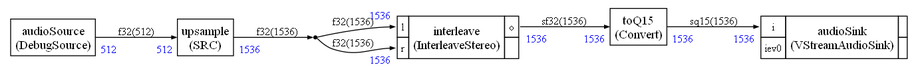
This is App_HE/stream/scheduler/graph.png from christophe0606/AlifAudioExample, a Graphviz export, as it was before one commit. Its source is kept beside it as App_HE/stream/scheduler/graph.dot.
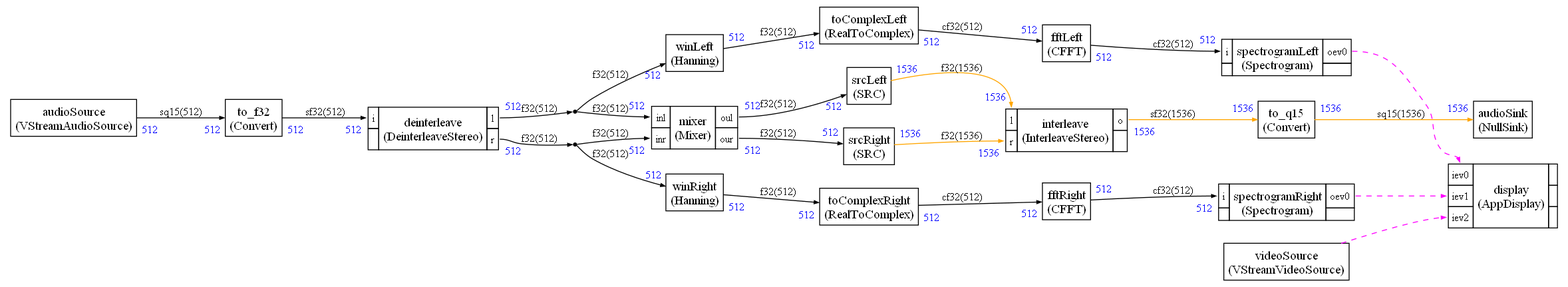
Above is the later version.

The edit, as a diff of the source:
```diff
@@ -5,20 +5,18 @@
     edge [arrowsize="0.5",color="black",fontcolor="black",fontname="Times-Roman"]
 
 
-
 audioSink [label=<
 <TABLE color="black" bgcolor="none" BORDER="0" CELLBORDER="1" CELLSPACING="0" CELLPADDING="4">
   <TR>
-    <TD PORT="i"><FONT POINT-SIZE="12.0" COLOR="black">i</FONT></TD>
-    <TD ALIGN="CENTER" ROWSPAN="2"><FONT COLOR="black" POINT-SIZE="14.0">audioSink<BR/>(VStreamAudioSink)</FONT></TD>
-    <TD></TD>
+    <TD ALIGN="CENTER" PORT="i"><FONT COLOR="black" POINT-SIZE="14.0">audioSink<BR/>(NullSink)</FONT></TD>
   </TR>
-<TR>
-<TD PORT="iev0"><FONT POINT-SIZE="12.0" COLOR="black">iev0</FONT></TD>
+</TABLE>>];
 
-
-<TD></TD></TR>
-
+audioSource [label=<
+<TABLE color="black" bgcolor="none" BORDER="0" CELLBORDER="1" CELLSPACING="0" CELLPADDING="4">
+  <TR>
+    <TD ALIGN="CENTER" PORT="i"><FONT COLOR="black" POINT-SIZE="14.0">audioSource<BR/>(VStreamAudioSource)</FONT></TD>
+  </TR>
 </TABLE>>];
 
 
@@ -37,6 +35,24 @@
 
 </TABLE>>];
 
+dup0 [shape=point,label="dup0"]
+
+dup1 [shape=point,label="dup1"]
+
+fftLeft [label=<
+<TABLE color="black" bgcolor="none" BORDER="0" CELLBORDER="1" CELLSPACING="0" CELLPADDING="4">
+  <TR>
+    <TD ALIGN="CENTER" PORT="i"><FONT COLOR="black" POINT-SIZE="14.0">fftLeft<BR/>(CFFT)</FONT></TD>
+  </TR>
+</TABLE>>];
+
+fftRight [label=<
+<TABLE color="black" bgcolor="none" BORDER="0" CELLBORDER="1" CELLSPACING="0" CELLPADDING="4">
+  <TR>
+    <TD ALIGN="CENTER" PORT="i"><FONT COLOR="black" POINT-SIZE="14.0">fftRight<BR/>(CFFT)</FONT></TD>
+  </TR>
+</TABLE>>];
+
 
 interleave [label=<
 <TABLE color="black" bgcolor="none" BORDER="0" CELLBORDER="1" CELLSPACING="0" CELLPADDING="4">
@@ -53,92 +69,269 @@
 
 </TABLE>>];
 
-mic [label=<
+
+mixer [label=<
 <TABLE color="black" bgcolor="none" BORDER="0" CELLBORDER="1" CELLSPACING="0" CELLPADDING="4">
   <TR>
-    <TD ALIGN="CENTER" PORT="i"><FONT COLOR="black" POINT-SIZE="14.0">mic<BR/>(VStreamAudioSource)</FONT></TD>
+    <TD PORT="inl"><FONT POINT-SIZE="12.0" COLOR="black">inl</FONT></TD>
+    <TD ALIGN="CENTER" ROWSPAN="2"><FONT COLOR="black" POINT-SIZE="14.0">mixer<BR/>(Mixer)</FONT></TD>
+    <TD PORT="oul"><FONT POINT-SIZE="12.0" COLOR="black">oul</FONT></TD>
+  </TR>
+<TR>
+<TD PORT="inr"><FONT POINT-SIZE="12.0" COLOR="black">inr</FONT></TD>
+
+<TD PORT="our"><FONT POINT-SIZE="12.0" COLOR="black">our</FONT></TD>
+</TR>
+
+</TABLE>>];
+
+
+spectrogramLeft [label=<
+<TABLE color="black" bgcolor="none" BORDER="0" CELLBORDER="1" CELLSPACING="0" CELLPADDING="4">
+  <TR>
+    <TD PORT="i"><FONT POINT-SIZE="12.0" COLOR="black">i</FONT></TD>
+    <TD ALIGN="CENTER" ROWSPAN="2"><FONT COLOR="black" POINT-SIZE="14.0">spectrogramLeft<BR/>(Spectrogram)</FONT></TD>
+    <TD PORT="oev0"><FONT POINT-SIZE="12.0" COLOR="black">oev0</FONT></TD>
+  </TR>
+<TR>
+
+<TD></TD>
+
+<TD></TD></TR>
+
+</TABLE>>];
+
+
+spectrogramRight [label=<
+<TABLE color="black" bgcolor="none" BORDER="0" CELLBORDER="1" CELLSPACING="0" CELLPADDING="4">
+  <TR>
+    <TD PORT="i"><FONT POINT-SIZE="12.0" COLOR="black">i</FONT></TD>
+    <TD ALIGN="CENTER" ROWSPAN="2"><FONT COLOR="black" POINT-SIZE="14.0">spectrogramRight<BR/>(Spectrogram)</FONT></TD>
+    <TD PORT="oev0"><FONT POINT-SIZE="12.0" COLOR="black">oev0</FONT></TD>
+  </TR>
+<TR>
+
+<TD></TD>
+
+<TD></TD></TR>
+
+</TABLE>>];
+
+srcLeft [label=<
+<TABLE color="black" bgcolor="none" BORDER="0" CELLBORDER="1" CELLSPACING="0" CELLPADDING="4">
+  <TR>
+    <TD ALIGN="CENTER" PORT="i"><FONT COLOR="black" POINT-SIZE="14.0">srcLeft<BR/>(SRC)</FONT></TD>
   </TR>
 </TABLE>>];
 
-srcL [label=<
+srcRight [label=<
 <TABLE color="black" bgcolor="none" BORDER="0" CELLBORDER="1" CELLSPACING="0" CELLPADDING="4">
   <TR>
-    <TD ALIGN="CENTER" PORT="i"><FONT COLOR="black" POINT-SIZE="14.0">srcL<BR/>(SRC)</FONT></TD>
+    <TD ALIGN="CENTER" PORT="i"><FONT COLOR="black" POINT-SIZE="14.0">srcRight<BR/>(SRC)</FONT></TD>
   </TR>
 </TABLE>>];
 
-srcR [label=<
+toComplexLeft [label=<
 <TABLE color="black" bgcolor="none" BORDER="0" CELLBORDER="1" CELLSPACING="0" CELLPADDING="4">
   <TR>
-    <TD ALIGN="CENTER" PORT="i"><FONT COLOR="black" POINT-SIZE="14.0">srcR<BR/>(SRC)</FONT></TD>
+    <TD ALIGN="CENTER" PORT="i"><FONT COLOR="black" POINT-SIZE="14.0">toComplexLeft<BR/>(RealToComplex)</FONT></TD>
   </TR>
 </TABLE>>];
 
-toF32 [label=<
+toComplexRight [label=<
 <TABLE color="black" bgcolor="none" BORDER="0" CELLBORDER="1" CELLSPACING="0" CELLPADDING="4">
   <TR>
-    <TD ALIGN="CENTER" PORT="i"><FONT COLOR="black" POINT-SIZE="14.0">toF32<BR/>(Convert)</FONT></TD>
+    <TD ALIGN="CENTER" PORT="i"><FONT COLOR="black" POINT-SIZE="14.0">toComplexRight<BR/>(RealToComplex)</FONT></TD>
   </TR>
 </TABLE>>];
 
-toQ15 [label=<
+to_f32 [label=<
 <TABLE color="black" bgcolor="none" BORDER="0" CELLBORDER="1" CELLSPACING="0" CELLPADDING="4">
   <TR>
-    <TD ALIGN="CENTER" PORT="i"><FONT COLOR="black" POINT-SIZE="14.0">toQ15<BR/>(Convert)</FONT></TD>
+    <TD ALIGN="CENTER" PORT="i"><FONT COLOR="black" POINT-SIZE="14.0">to_f32<BR/>(Convert)</FONT></TD>
+  </TR>
+</TABLE>>];
+
+to_q15 [label=<
+<TABLE color="black" bgcolor="none" BORDER="0" CELLBORDER="1" CELLSPACING="0" CELLPADDING="4">
+  <TR>
+    <TD ALIGN="CENTER" PORT="i"><FONT COLOR="black" POINT-SIZE="14.0">to_q15<BR/>(Convert)</FONT></TD>
+  </TR>
+</TABLE>>];
+
+winLeft [label=<
+<TABLE color="black" bgcolor="none" BORDER="0" CELLBORDER="1" CELLSPACING="0" CELLPADDING="4">
+  <TR>
+    <TD ALIGN="CENTER" PORT="i"><FONT COLOR="black" POINT-SIZE="14.0">winLeft<BR/>(Hanning)</FONT></TD>
+  </TR>
+</TABLE>>];
+
+winRight [label=<
+<TABLE color="black" bgcolor="none" BORDER="0" CELLBORDER="1" CELLSPACING="0" CELLPADDING="4">
+  <TR>
+    <TD ALIGN="CENTER" PORT="i"><FONT COLOR="black" POINT-SIZE="14.0">winRight<BR/>(Hanning)</FONT></TD>
+  </TR>
+</TABLE>>];
+
+
+display [label=<
+<TABLE color="black" bgcolor="none" BORDER="0" CELLBORDER="1" CELLSPACING="0" CELLPADDING="4">
+  <TR>
+    <TD PORT="iev0"><FONT POINT-SIZE="12.0" COLOR="black">iev0</FONT></TD>
+    <TD ALIGN="CENTER" ROWSPAN="3"><FONT COLOR="black" POINT-SIZE="14.0">display<BR/>(AppDisplay)</FONT></TD>
+    <TD></TD>
+  </TR>
+<TR>
+<TD PORT="iev1"><FONT POINT-SIZE="12.0" COLOR="black">iev1</FONT></TD>
+
+
+<TD></TD></TR><TR>
+<TD PORT="iev2"><FONT POINT-SIZE="12.0" COLOR="black">iev2</FONT></TD>
+
+
+<TD></TD></TR>
+
+</TABLE>>];
+
+videoSource [label=<
+<TABLE color="black" bgcolor="none" BORDER="0" CELLBORDER="1" CELLSPACING="0" CELLPADDING="4">
+  <TR>
+    <TD ALIGN="CENTER" PORT="i"><FONT COLOR="black" POINT-SIZE="14.0">videoSource<BR/>(VStreamVideoSource)</FONT></TD>
   </TR>
 </TABLE>>];
 
 
 
-mic:i -> toF32:i [style="solid",color="black",fontsize="12.0",fontcolor="black",label=<sq15(512)>
+audioSource:i -> to_f32:i [style="solid",color="black",fontsize="12.0",fontcolor="black",label=<sq15(512)>
 ,headlabel=<<TABLE BORDER="0" CELLPADDING="4"><TR><TD><FONT COLOR="blue" POINT-SIZE="12.0" >512</FONT>
 </TD></TR></TABLE>>
 ,taillabel=<<TABLE BORDER="0" CELLPADDING="4"><TR><TD><FONT COLOR="blue" POINT-SIZE="12.0" >512</FONT>
 </TD></TR></TABLE>>]
 
-toF32:i -> deinterleave:i [style="solid",color="black",fontsize="12.0",fontcolor="black",label=<sf32(512)>
+to_f32:i -> deinterleave:i [style="solid",color="black",fontsize="12.0",fontcolor="black",label=<sf32(512)>
 ,headlabel=<<TABLE BORDER="0" CELLPADDING="4"><TR><TD><FONT COLOR="blue" POINT-SIZE="12.0" >512</FONT>
 </TD></TR></TABLE>>
 ,taillabel=<<TABLE BORDER="0" CELLPADDING="4"><TR><TD><FONT COLOR="blue" POINT-SIZE="12.0" >512</FONT>
 </TD></TR></TABLE>>]
 
-deinterleave:l -> srcL:i [style="solid",color="black",fontsize="12.0",fontcolor="black",label=<f32(512)>
+winLeft:i -> toComplexLeft:i [style="solid",color="black",fontsize="12.0",fontcolor="black",label=<f32(512)>
 ,headlabel=<<TABLE BORDER="0" CELLPADDING="4"><TR><TD><FONT COLOR="blue" POINT-SIZE="12.0" >512</FONT>
 </TD></TR></TABLE>>
 ,taillabel=<<TABLE BORDER="0" CELLPADDING="4"><TR><TD><FONT COLOR="blue" POINT-SIZE="12.0" >512</FONT>
 </TD></TR></TABLE>>]
 
-deinterleave:r -> srcR:i [style="solid",color="black",fontsize="12.0",fontcolor="black",label=<f32(512)>
+winRight:i -> toComplexRight:i [style="solid",color="black",fontsize="12.0",fontcolor="black",label=<f32(512)>
 ,headlabel=<<TABLE BORDER="0" CELLPADDING="4"><TR><TD><FONT COLOR="blue" POINT-SIZE="12.0" >512</FONT>
 </TD></TR></TABLE>>
 ,taillabel=<<TABLE BORDER="0" CELLPADDING="4"><TR><TD><FONT COLOR="blue" POINT-SIZE="12.0" >512</FONT>
 </TD></TR></TABLE>>]
 
-srcL:i -> interleave:l [style="solid",color="black",fontsize="12.0",fontcolor="black",label=<f32(1536)>
+toComplexLeft:i -> fftLeft:i [style="solid",color="black",fontsize="12.0",fontcolor="black",label=<cf32(512)>
+,headlabel=<<TABLE BORDER="0" CELLPADDING="4"><TR><TD><FONT COLOR="blue" POINT-SIZE="12.0" >512</FONT>
+</TD></TR></TABLE>>
+,taillabel=<<TABLE BORDER="0" CELLPADDING="4"><TR><TD><FONT COLOR="blue" POINT-SIZE="12.0" >512</FONT>
+</TD></TR></TABLE>>]
+
+toComplexRight:i -> fftRight:i [style="solid",color="black",fontsize="12.0",fontcolor="black",label=<cf32(512)>
+,headlabel=<<TABLE BORDER="0" CELLPADDING="4"><TR><TD><FONT COLOR="blue" POINT-SIZE="12.0" >512</FONT>
+</TD></TR></TABLE>>
+,taillabel=<<TABLE BORDER="0" CELLPADDING="4"><TR><TD><FONT COLOR="blue" POINT-SIZE="12.0" >512</FONT>
+</TD></TR></TABLE>>]
+
+fftLeft:i -> spectrogramLeft:i [style="solid",color="black",fontsize="12.0",fontcolor="black",label=<cf32(512)>
+,headlabel=<<TABLE BORDER="0" CELLPADDING="4"><TR><TD><FONT COLOR="blue" POINT-SIZE="12.0" >512</FONT>
+</TD></TR></TABLE>>
+,taillabel=<<TABLE BORDER="0" CELLPADDING="4"><TR><TD><FONT COLOR="blue" POINT-SIZE="12.0" >512</FONT>
+</TD></TR></TABLE>>]
+
+fftRight:i -> spectrogramRight:i [style="solid",color="black",fontsize="12.0",fontcolor="black",label=<cf32(512)>
+,headlabel=<<TABLE BORDER="0" CELLPADDING="4"><TR><TD><FONT COLOR="blue" POINT-SIZE="12.0" >512</FONT>
+</TD></TR></TABLE>>
+,taillabel=<<TABLE BORDER="0" CELLPADDING="4"><TR><TD><FONT COLOR="blue" POINT-SIZE="12.0" >512</FONT>
+</TD></TR></TABLE>>]
+
+mixer:oul -> srcLeft:i [style="solid",color="black",fontsize="12.0",fontcolor="black",label=<f32(512)>
+,headlabel=<<TABLE BORDER="0" CELLPADDING="4"><TR><TD><FONT COLOR="blue" POINT-SIZE="12.0" >512</FONT>
+</TD></TR></TABLE>>
+,taillabel=<<TABLE BORDER="0" CELLPADDING="4"><TR><TD><FONT COLOR="blue" POINT-SIZE="12.0" >512</FONT>
+</TD></TR></TABLE>>]
+
+mixer:our -> srcRight:i [style="solid",color="black",fontsize="12.0",fontcolor="black",label=<f32(512)>
+,headlabel=<<TABLE BORDER="0" CELLPADDING="4"><TR><TD><FONT COLOR="blue" POINT-SIZE="12.0" >512</FONT>
+</TD></TR></TABLE>>
+,taillabel=<<TABLE BORDER="0" CELLPADDING="4"><TR><TD><FONT COLOR="blue" POINT-SIZE="12.0" >512</FONT>
+</TD></TR></TABLE>>]
+
+srcLeft:i -> interleave:l [style="solid",color="orange",fontsize="12.0",fontcolor="black",label=<f32(1536)>
 ,headlabel=<<TABLE BORDER="0" CELLPADDING="4"><TR><TD><FONT COLOR="blue" POINT-SIZE="12.0" >1536</FONT>
 </TD></TR></TABLE>>
 ,taillabel=<<TABLE BORDER="0" CELLPADDING="4"><TR><TD><FONT COLOR="blue" POINT-SIZE="12.0" >1536</FONT>
 </TD></TR></TABLE>>]
 
-srcR:i -> interleave:r [style="solid",color="black",fontsize="12.0",fontcolor="black",label=<f32(1536)>
+srcRight:i -> interleave:r [style="solid",color="orange",fontsize="12.0",fontcolor="black",label=<f32(1536)>
 ,headlabel=<<TABLE BORDER="0" CELLPADDING="4"><TR><TD><FONT COLOR="blue" POINT-SIZE="12.0" >1536</FONT>
 </TD></TR></TABLE>>
 ,taillabel=<<TABLE BORDER="0" CELLPADDING="4"><TR><TD><FONT COLOR="blue" POINT-SIZE="12.0" >1536</FONT>
 </TD></TR></TABLE>>]
 
-interleave:o -> toQ15:i [style="solid",color="black",fontsize="12.0",fontcolor="black",label=<sf32(1536)>
+interleave:o -> to_q15:i [style="solid",color="orange",fontsize="12.0",fontcolor="black",label=<sf32(1536)>
 ,headlabel=<<TABLE BORDER="0" CELLPADDING="4"><TR><TD><FONT COLOR="blue" POINT-SIZE="12.0" >1536</FONT>
 </TD></TR></TABLE>>
 ,taillabel=<<TABLE BORDER="0" CELLPADDING="4"><TR><TD><FONT COLOR="blue" POINT-SIZE="12.0" >1536</FONT>
 </TD></TR></TABLE>>]
 
-toQ15:i -> audioSink:i [style="solid",color="black",fontsize="12.0",fontcolor="black",label=<sq15(1536)>
+to_q15:i -> audioSink:i [style="solid",color="orange",fontsize="12.0",fontcolor="black",label=<sq15(1536)>
 ,headlabel=<<TABLE BORDER="0" CELLPADDING="4"><TR><TD><FONT COLOR="blue" POINT-SIZE="12.0" >1536</FONT>
 </TD></TR></TABLE>>
 ,taillabel=<<TABLE BORDER="0" CELLPADDING="4"><TR><TD><FONT COLOR="blue" POINT-SIZE="12.0" >1536</FONT>
 </TD></TR></TABLE>>]
 
+deinterleave:l ->
+dup0 [style="solid",color="black",fontsize="12.0",fontcolor="black",label=<f32(512)>
+
+,taillabel=<<TABLE BORDER="0" CELLPADDING="4"><TR><TD><FONT COLOR="blue" POINT-SIZE="12.0" >512</FONT>
+</TD></TR></TABLE>>]
+
+
+dup0 -> winLeft:i [style="solid",color="black",fontsize="12.0",fontcolor="black",label=<f32(512)>
+,headlabel=<<TABLE BORDER="0" CELLPADDING="4"><TR><TD><FONT COLOR="blue" POINT-SIZE="12.0" >512</FONT>
+</TD></TR></TABLE>>
+]
+
+
+dup0 -> mixer:inl [style="solid",color="black",fontsize="12.0",fontcolor="black",label=<f32(512)>
+,headlabel=<<TABLE BORDER="0" CELLPADDING="4"><TR><TD><FONT COLOR="blue" POINT-SIZE="12.0" >512</FONT>
+</TD></TR></TABLE>>
+]
+
+deinterleave:r ->
+dup1 [style="solid",color="black",fontsize="12.0",fontcolor="black",label=<f32(512)>
+
+,taillabel=<<TABLE BORDER="0" CELLPADDING="4"><TR><TD><FONT COLOR="blue" POINT-SIZE="12.0" >512</FONT>
+</TD></TR></TABLE>>]
+
+
+dup1 -> winRight:i [style="solid",color="black",fontsize="12.0",fontcolor="black",label=<f32(512)>
+,headlabel=<<TABLE BORDER="0" CELLPADDING="4"><TR><TD><FONT COLOR="blue" POINT-SIZE="12.0" >512</FONT>
+</TD></TR></TABLE>>
+]
+
+
+dup1 -> mixer:inr [style="solid",color="black",fontsize="12.0",fontcolor="black",label=<f32(512)>
+,headlabel=<<TABLE BORDER="0" CELLPADDING="4"><TR><TD><FONT COLOR="blue" POINT-SIZE="12.0" >512</FONT>
+</TD></TR></TABLE>>
+]
 
 
 
+spectrogramLeft:oev0 -> display:iev0 [style="dashed",color="magenta",fontsize="12.0",fontcolor="black",label=<>
+
+]
+spectrogramRight:oev0 -> display:iev1 [style="dashed",color="magenta",fontsize="12.0",fontcolor="black",label=<>
+
+]
+videoSource:i -> display:iev2 [style="dashed",color="magenta",fontsize="12.0",fontcolor="black",label=<>
+
+]
+
 }
```
